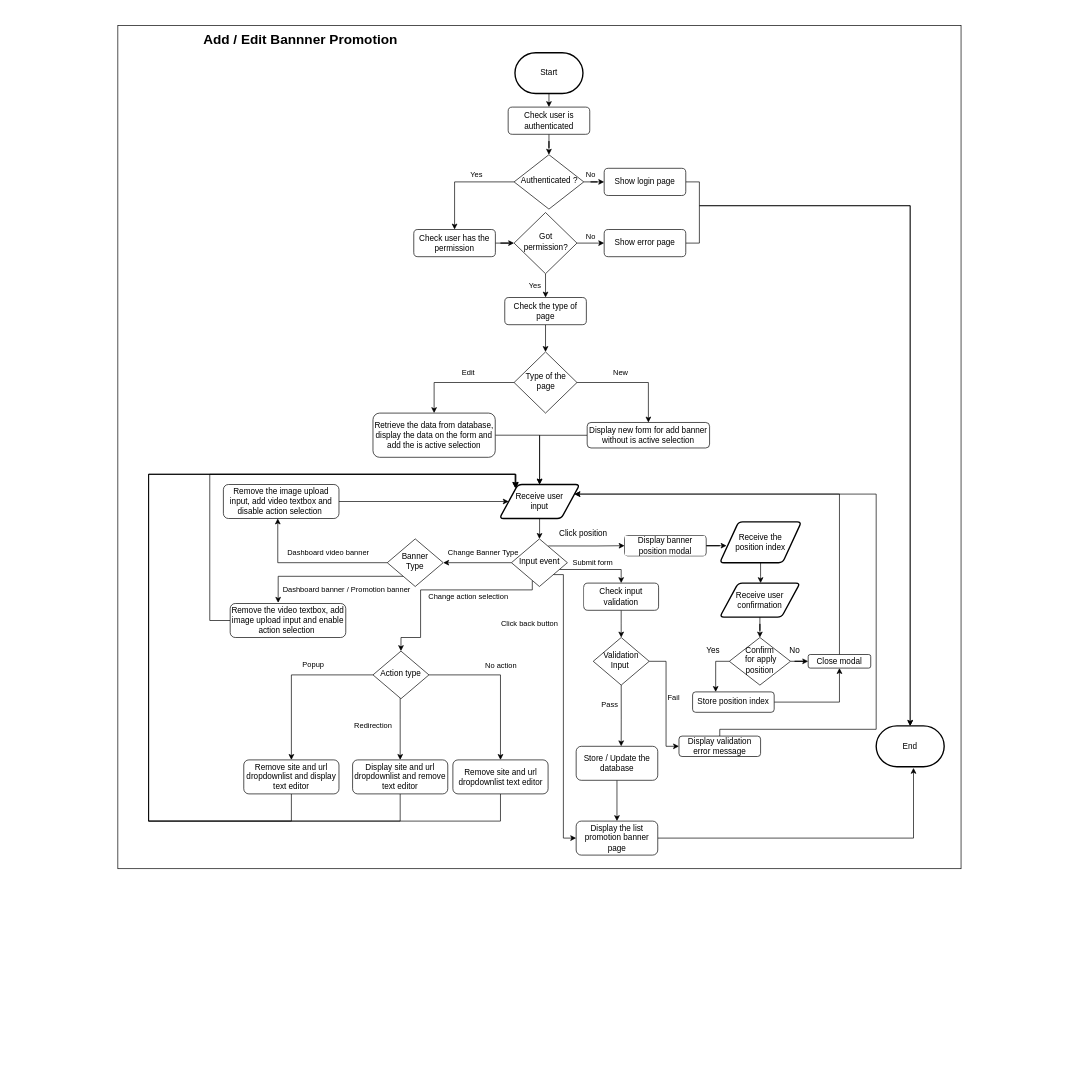
Before: page "AddBanner/EditBanner" (2 of 2) of BannerPromotion/Untitled Diagram.drawio in shawn814/Affiliate, a draw.io diagram. Source tidied: cells renumbered, new cells numbered last; positions are measured from the earlier drawing's top-left corner, leaving out a move shared by most shapes. Both pictures are drawn from the tidied source at 68%, with x=0, y=0 at pixel (118, 25).
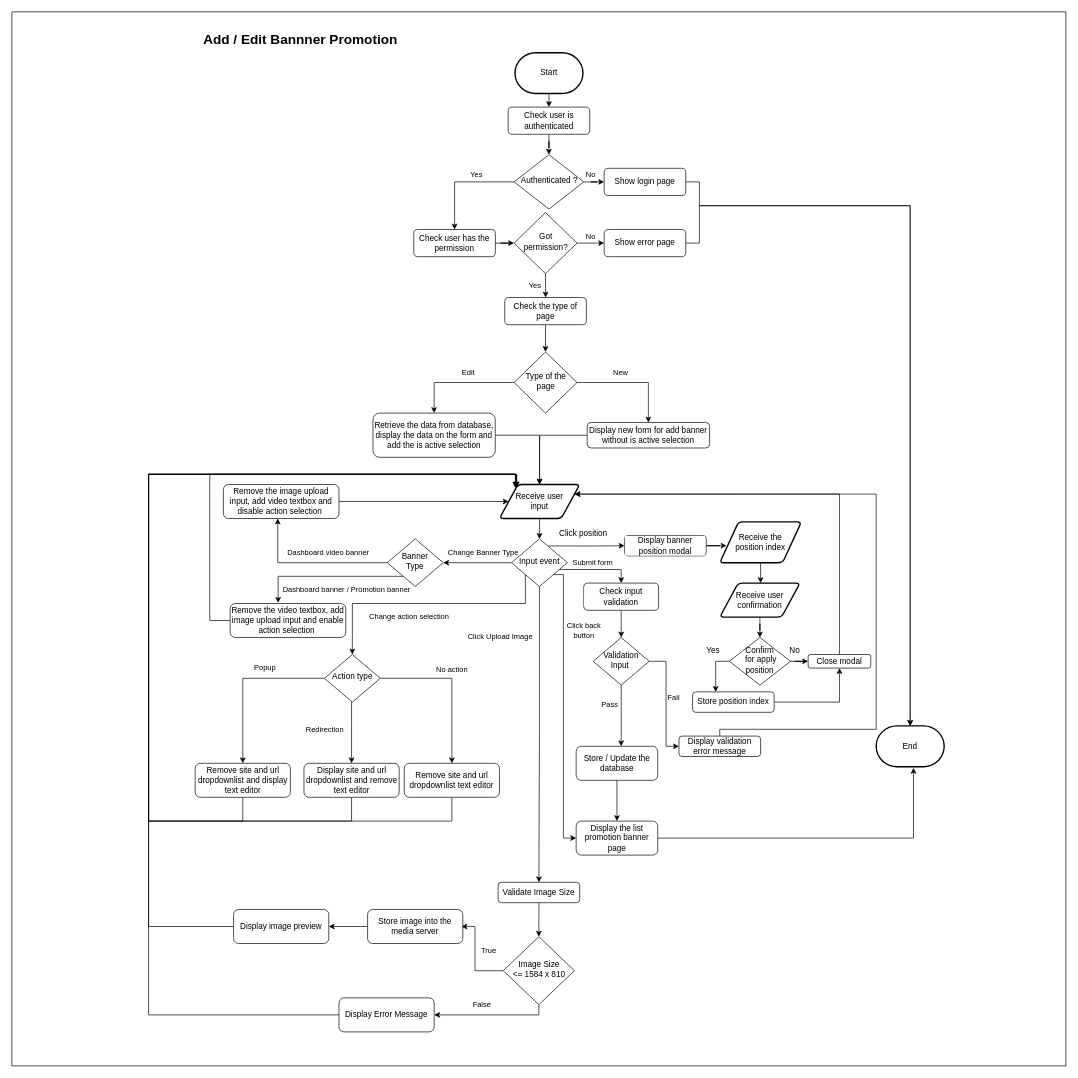
Above is the later version.

Unchanged cells that the change refers to:
```xml
<mxCell id="26" value="Input event" style="rhombus;whiteSpace=wrap;html=1;shadow=0;fontFamily=Helvetica;fontSize=12;align=center;strokeWidth=1;spacing=6;spacingTop=-4;" parent="1" vertex="1">
  <mxGeometry x="578.6" y="755" width="82.3" height="70" as="geometry" />
</mxCell>
<mxCell id="28" value="Receive user &lt;br&gt;input" style="shape=parallelogram;html=1;strokeWidth=2;perimeter=parallelogramPerimeter;whiteSpace=wrap;rounded=1;arcSize=12;size=0.23;fillColor=none;" parent="1" vertex="1">
  <mxGeometry x="561" y="675" width="118" height="50" as="geometry" />
</mxCell>
<mxCell id="47" value="Remove the video textbox, add image upload input and enable action selection&amp;nbsp;" style="rounded=1;whiteSpace=wrap;html=1;fontSize=12;glass=0;strokeWidth=1;shadow=0;" parent="1" vertex="1">
  <mxGeometry x="165" y="850" width="170" height="50" as="geometry" />
</mxCell>
<mxCell id="63" value="Display the list promotion banner page" style="rounded=1;whiteSpace=wrap;html=1;fontSize=12;glass=0;strokeWidth=1;shadow=0;" parent="1" vertex="1">
  <mxGeometry x="673.8" y="1170" width="120" height="50" as="geometry" />
</mxCell>
```

Diff of the diagram source:
```diff
@@
     <mxCell id="2" style="whiteSpace=wrap;html=1;fillColor=none;" parent="1" vertex="1">
-      <mxGeometry x="-0.2" width="1240" height="1240" as="geometry" />
+      <mxGeometry x="-156" y="-20" width="1550" height="1550" as="geometry" />
     </mxCell>
@@
-    <mxCell id="22" value="Change action selection" style="edgeStyle=orthogonalEdgeStyle;rounded=0;jettySize=auto;html=1;entryX=0.5;entryY=0;entryDx=0;entryDy=0;exitX=0.373;exitY=0.877;exitDx=0;exitDy=0;exitPerimeter=0;" parent="1" edge="1" source="26" target="51">
-      <mxGeometry x="-0.27" y="10" relative="1" as="geometry">
+    <mxCell id="22" value="Change action selection" style="edgeStyle=orthogonalEdgeStyle;rounded=0;jettySize=auto;html=1;entryX=0.5;entryY=0;entryDx=0;entryDy=0;exitX=0;exitY=1;exitDx=0;exitDy=0;" parent="1" edge="1" source="26" target="51">
+      <mxGeometry x="0.15" y="20" relative="1" as="geometry">
         <Array as="points">
-          <mxPoint x="609" y="830" />
-          <mxPoint x="445" y="830" />
-          <mxPoint x="445" y="900" />
-          <mxPoint x="416" y="900" />
+          <mxPoint x="599" y="850" />
+          <mxPoint x="345" y="850" />
         </Array>
       </mxGeometry>
     </mxCell>
@@
-    <mxCell id="24" value="Click back button" style="edgeStyle=orthogonalEdgeStyle;rounded=0;jettySize=auto;html=1;exitX=1;exitY=1;exitDx=0;exitDy=0;entryX=0;entryY=0.5;entryDx=0;entryDy=0;" parent="1" edge="1" source="26" target="63">
-      <mxGeometry x="-0.59" y="-50" relative="1" as="geometry">
+    <mxCell id="24" value="Click back &lt;br&gt;button" style="edgeStyle=orthogonalEdgeStyle;rounded=0;jettySize=auto;html=1;exitX=1;exitY=1;exitDx=0;exitDy=0;entryX=0;entryY=0.5;entryDx=0;entryDy=0;" parent="1" edge="1" source="26" target="63">
+      <mxGeometry x="-0.54" y="30" relative="1" as="geometry">
         <Array as="points">
           <mxPoint x="655" y="808" />
           <mxPoint x="655" y="1195" />
         </Array>
       </mxGeometry>
     </mxCell>
@@
+    <mxCell id="79" style="edgeStyle=orthogonalEdgeStyle;rounded=0;jettySize=auto;html=1;entryX=0.5;entryY=0;entryDx=0;entryDy=0;" parent="1" edge="1" source="26" target="82">
+      <mxGeometry relative="1" as="geometry" />
+    </mxCell>
+    <mxCell id="80" value="Click Upload Image" style="edgeLabel;html=1;align=center;verticalAlign=middle;" parent="79" vertex="1">
+      <mxGeometry x="-0.67" y="-3" relative="1" as="geometry">
+        <mxPoint x="-55.7" y="0.9" as="offset" />
+      </mxGeometry>
+    </mxCell>
@@
-    <mxCell id="46" style="edgeStyle=orthogonalEdgeStyle;rounded=0;jettySize=auto;html=1;exitX=0;exitY=0.5;exitDx=0;exitDy=0;entryX=0.196;entryY=0.101;entryDx=0;entryDy=0;entryPerimeter=0;" parent="1" edge="1" source="47" target="28">
+    <mxCell id="46" style="edgeStyle=orthogonalEdgeStyle;rounded=0;jettySize=auto;html=1;exitX=0;exitY=0.5;exitDx=0;exitDy=0;entryX=0.207;entryY=0.091;entryDx=0;entryDy=0;entryPerimeter=0;" parent="1" edge="1" source="47" target="28">
       <mxGeometry relative="1" as="geometry">
         <Array as="points">
           <mxPoint x="135" y="875" />
           <mxPoint x="135" y="660" />
-          <mxPoint x="584" y="660" />
-          <mxPoint x="584" y="670" />
+          <mxPoint x="585" y="660" />
+          <mxPoint x="585" y="670" />
+          <mxPoint x="585" y="670" />
         </Array>
       </mxGeometry>
     </mxCell>
@@
     <mxCell id="48" value="Redirection" style="edgeStyle=orthogonalEdgeStyle;rounded=0;jettySize=auto;html=1;" parent="1" edge="1" source="51" target="55">
       <mxGeometry x="-0.1" y="-40" relative="1" as="geometry">
         <Array as="points">
-          <mxPoint x="415" y="1020" />
-          <mxPoint x="415" y="1020" />
+          <mxPoint x="343.5" y="1025" />
+          <mxPoint x="343.5" y="1025" />
         </Array>
       </mxGeometry>
     </mxCell>
     <mxCell id="49" value="No action" style="edgeStyle=orthogonalEdgeStyle;rounded=0;jettySize=auto;html=1;entryX=0.5;entryY=0;entryDx=0;entryDy=0;" parent="1" edge="1" source="51" target="57">
       <mxGeometry x="-0.07" y="15" relative="1" as="geometry">
         <Array as="points">
-          <mxPoint x="563" y="955" />
+          <mxPoint x="491.5" y="960" />
         </Array>
         <mxPoint x="-15" y="-15" as="offset" />
       </mxGeometry>
     </mxCell>
@@
     <mxCell id="51" value="Action type" style="rhombus;whiteSpace=wrap;html=1;shadow=0;fontFamily=Helvetica;fontSize=12;align=center;strokeWidth=1;spacing=6;spacingTop=-4;" parent="1" vertex="1">
-      <mxGeometry x="375" y="920" width="82.3" height="70" as="geometry" />
+      <mxGeometry x="303.5" y="925" width="82.3" height="70" as="geometry" />
     </mxCell>
-    <mxCell id="52" style="edgeStyle=orthogonalEdgeStyle;rounded=0;jettySize=auto;html=1;entryX=0.198;entryY=0.097;entryDx=0;entryDy=0;entryPerimeter=0;" parent="1" edge="1" source="53" target="28">
+    <mxCell id="52" style="edgeStyle=orthogonalEdgeStyle;rounded=0;jettySize=auto;html=1;entryX=0.198;entryY=0.097;entryDx=0;entryDy=0;entryPerimeter=0;exitX=0.5;exitY=1;exitDx=0;exitDy=0;" parent="1" edge="1" source="53" target="28">
       <mxGeometry relative="1" as="geometry">
         <Array as="points">
-          <mxPoint x="255" y="1170" />
+          <mxPoint x="183" y="1170" />
           <mxPoint x="45" y="1170" />
           <mxPoint x="45" y="660" />
           <mxPoint x="584" y="660" />
         </Array>
       </mxGeometry>
     </mxCell>
     <mxCell id="53" value="Remove site and url dropdownlist and display text editor" style="rounded=1;whiteSpace=wrap;html=1;fontSize=12;glass=0;strokeWidth=1;shadow=0;" parent="1" vertex="1">
-      <mxGeometry x="185" y="1080" width="140" height="50" as="geometry" />
+      <mxGeometry x="113.5" y="1085" width="140" height="50" as="geometry" />
     </mxCell>
-    <mxCell id="54" style="edgeStyle=orthogonalEdgeStyle;rounded=0;jettySize=auto;html=1;" parent="1" edge="1" source="55">
+    <mxCell id="54" style="edgeStyle=orthogonalEdgeStyle;rounded=0;jettySize=auto;html=1;exitX=0.5;exitY=1;exitDx=0;exitDy=0;" parent="1" edge="1" source="55">
       <mxGeometry relative="1" as="geometry">
         <mxPoint x="585" y="680" as="targetPoint" />
         <Array as="points">
-          <mxPoint x="415" y="1170" />
+          <mxPoint x="343" y="1170" />
           <mxPoint x="45" y="1170" />
           <mxPoint x="45" y="660" />
           <mxPoint x="585" y="660" />
         </Array>
       </mxGeometry>
     </mxCell>
     <mxCell id="55" value="Display site and url dropdownlist and remove text editor" style="rounded=1;whiteSpace=wrap;html=1;fontSize=12;glass=0;strokeWidth=1;shadow=0;" parent="1" vertex="1">
-      <mxGeometry x="345" y="1080" width="140" height="50" as="geometry" />
+      <mxGeometry x="273.5" y="1085" width="140" height="50" as="geometry" />
     </mxCell>
-    <mxCell id="56" style="edgeStyle=orthogonalEdgeStyle;rounded=0;jettySize=auto;html=1;entryX=0.203;entryY=0.109;entryDx=0;entryDy=0;entryPerimeter=0;" parent="1" edge="1" source="57" target="28">
+    <mxCell id="56" style="edgeStyle=orthogonalEdgeStyle;rounded=0;jettySize=auto;html=1;entryX=0.21;entryY=0.086;entryDx=0;entryDy=0;entryPerimeter=0;exitX=0.5;exitY=1;exitDx=0;exitDy=0;" parent="1" edge="1" source="57" target="28">
       <mxGeometry relative="1" as="geometry">
         <Array as="points">
-          <mxPoint x="562" y="1170" />
+          <mxPoint x="491" y="1170" />
           <mxPoint x="45" y="1170" />
           <mxPoint x="45" y="660" />
-          <mxPoint x="585" y="660" />
+          <mxPoint x="586" y="660" />
         </Array>
       </mxGeometry>
     </mxCell>
     <mxCell id="57" value="Remove site and url dropdownlist text editor" style="rounded=1;whiteSpace=wrap;html=1;fontSize=12;glass=0;strokeWidth=1;shadow=0;" parent="1" vertex="1">
-      <mxGeometry x="492.5" y="1080" width="140" height="50" as="geometry" />
+      <mxGeometry x="421" y="1085" width="140" height="50" as="geometry" />
     </mxCell>
@@
+    <mxCell id="81" style="edgeStyle=orthogonalEdgeStyle;rounded=0;jettySize=auto;html=1;" parent="1" edge="1" source="82" target="85">
+      <mxGeometry relative="1" as="geometry" />
+    </mxCell>
+    <mxCell id="82" value="Validate Image Size" style="rounded=1;whiteSpace=wrap;html=1;fontSize=12;glass=0;strokeWidth=1;shadow=0;labelBackgroundColor=#ffffff;" parent="1" vertex="1">
+      <mxGeometry x="559" y="1260" width="120" height="30" as="geometry" />
+    </mxCell>
+    <mxCell id="83" value="True" style="edgeStyle=orthogonalEdgeStyle;rounded=0;jettySize=auto;html=1;exitX=0;exitY=0.5;exitDx=0;exitDy=0;" parent="1" edge="1" source="85">
+      <mxGeometry x="0.13" y="-20" relative="1" as="geometry">
+        <mxPoint x="505" y="1325" as="targetPoint" />
+        <Array as="points">
+          <mxPoint x="525" y="1390" />
+          <mxPoint x="525" y="1325" />
+        </Array>
+      </mxGeometry>
+    </mxCell>
+    <mxCell id="84" value="False" style="edgeStyle=orthogonalEdgeStyle;rounded=0;jettySize=auto;html=1;entryX=1;entryY=0.5;entryDx=0;entryDy=0;" parent="1" edge="1" source="85" target="92">
+      <mxGeometry x="0.17" y="-15" relative="1" as="geometry">
+        <Array as="points">
+          <mxPoint x="619" y="1455" />
+        </Array>
+      </mxGeometry>
+    </mxCell>
+    <mxCell id="85" value="Image Size &lt;br&gt;&amp;lt;= 1584 x 810" style="rhombus;whiteSpace=wrap;html=1;shadow=0;fontFamily=Helvetica;fontSize=12;align=center;strokeWidth=1;spacing=6;spacingTop=-4;" parent="1" vertex="1">
+      <mxGeometry x="566.6" y="1340" width="104.6" height="100" as="geometry" />
+    </mxCell>
+    <mxCell id="86" style="edgeStyle=orthogonalEdgeStyle;rounded=0;jettySize=auto;html=1;entryX=1;entryY=0.5;entryDx=0;entryDy=0;" parent="1" edge="1" source="87" target="89">
+      <mxGeometry relative="1" as="geometry" />
+    </mxCell>
+    <mxCell id="87" value="Store image into the media server" style="rounded=1;whiteSpace=wrap;html=1;fontSize=12;glass=0;strokeWidth=1;shadow=0;" parent="1" vertex="1">
+      <mxGeometry x="367.1" y="1300" width="140" height="50" as="geometry" />
+    </mxCell>
+    <mxCell id="88" style="edgeStyle=orthogonalEdgeStyle;rounded=0;jettySize=auto;html=1;entryX=0.208;entryY=0.103;entryDx=0;entryDy=0;entryPerimeter=0;" parent="1" edge="1" source="89" target="28">
+      <mxGeometry relative="1" as="geometry">
+        <Array as="points">
+          <mxPoint x="45" y="1325" />
+          <mxPoint x="45" y="660" />
+          <mxPoint x="586" y="660" />
+          <mxPoint x="586" y="680" />
+        </Array>
+      </mxGeometry>
+    </mxCell>
+    <mxCell id="89" value="Display image preview" style="rounded=1;whiteSpace=wrap;html=1;fontSize=12;glass=0;strokeWidth=1;shadow=0;" parent="1" vertex="1">
+      <mxGeometry x="170" y="1300" width="140" height="50" as="geometry" />
+    </mxCell>
+    <mxCell id="90" style="edgeStyle=orthogonalEdgeStyle;rounded=0;orthogonalLoop=1;jettySize=auto;html=1;entryX=0.5;entryY=0;entryDx=0;entryDy=0;" parent="1" edge="1">
+      <mxGeometry relative="1" as="geometry">
+        <mxPoint x="745" y="1370" as="targetPoint" />
+      </mxGeometry>
+    </mxCell>
+    <mxCell id="91" style="edgeStyle=orthogonalEdgeStyle;rounded=0;jettySize=auto;html=1;entryX=0.216;entryY=0.088;entryDx=0;entryDy=0;entryPerimeter=0;" parent="1" edge="1" source="92" target="28">
+      <mxGeometry relative="1" as="geometry">
+        <Array as="points">
+          <mxPoint x="45" y="1455" />
+          <mxPoint x="45" y="660" />
+          <mxPoint x="586" y="660" />
+          <mxPoint x="586" y="679" />
+        </Array>
+      </mxGeometry>
+    </mxCell>
+    <mxCell id="92" value="Display Error Message" style="rounded=1;whiteSpace=wrap;html=1;fontSize=12;glass=0;strokeWidth=1;shadow=0;" parent="1" vertex="1">
+      <mxGeometry x="325" y="1430" width="140" height="50" as="geometry" />
+    </mxCell>
```
